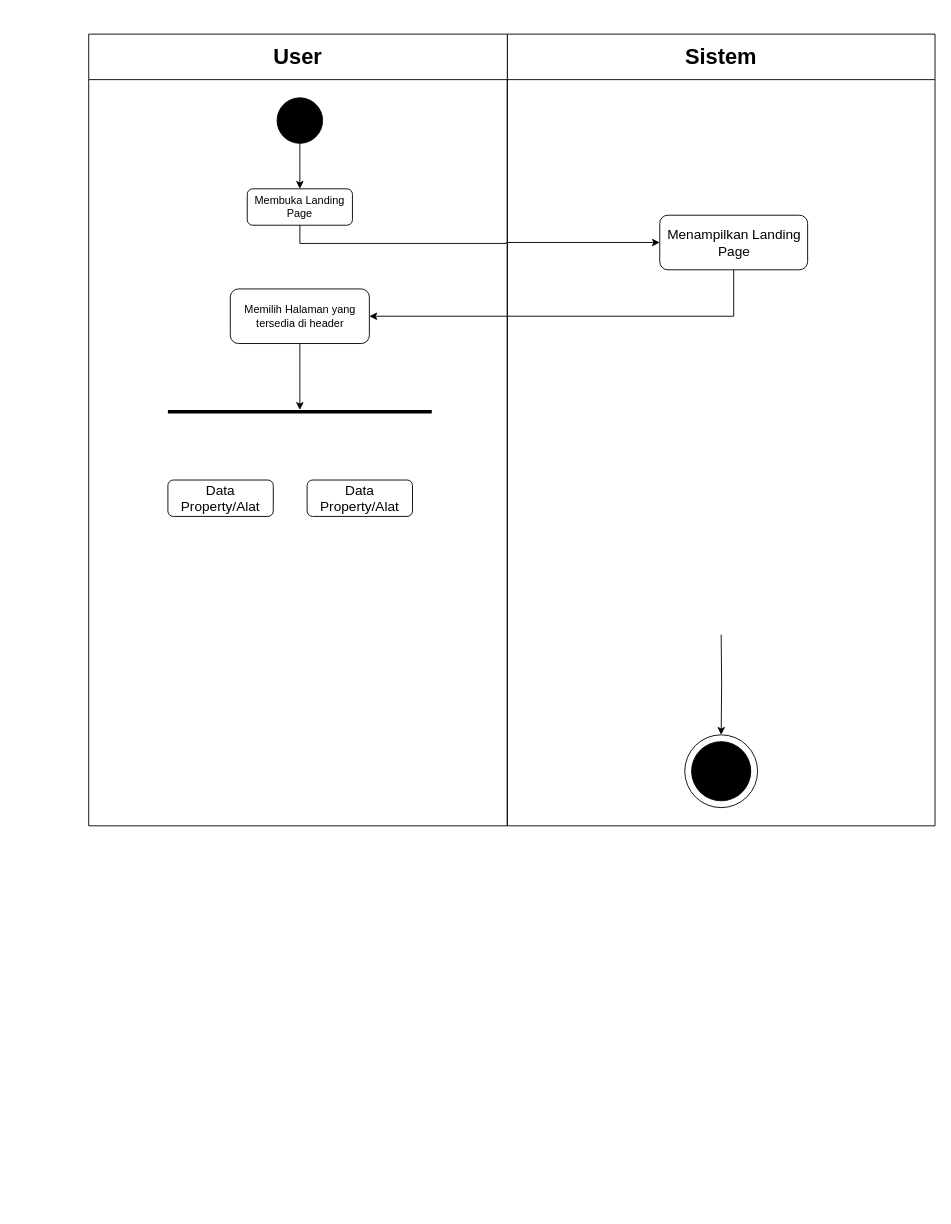
Above: Activity.drawio in coatalter/diagram-uml (draw.io), before the change. Source tidied: cells renumbered, new cells numbered last; positions are measured from the earlier drawing's top-left corner, leaving out a move shared by most shapes. Both pictures are drawn from the tidied source at 91%, with x=0, y=0 at pixel (88, 34).
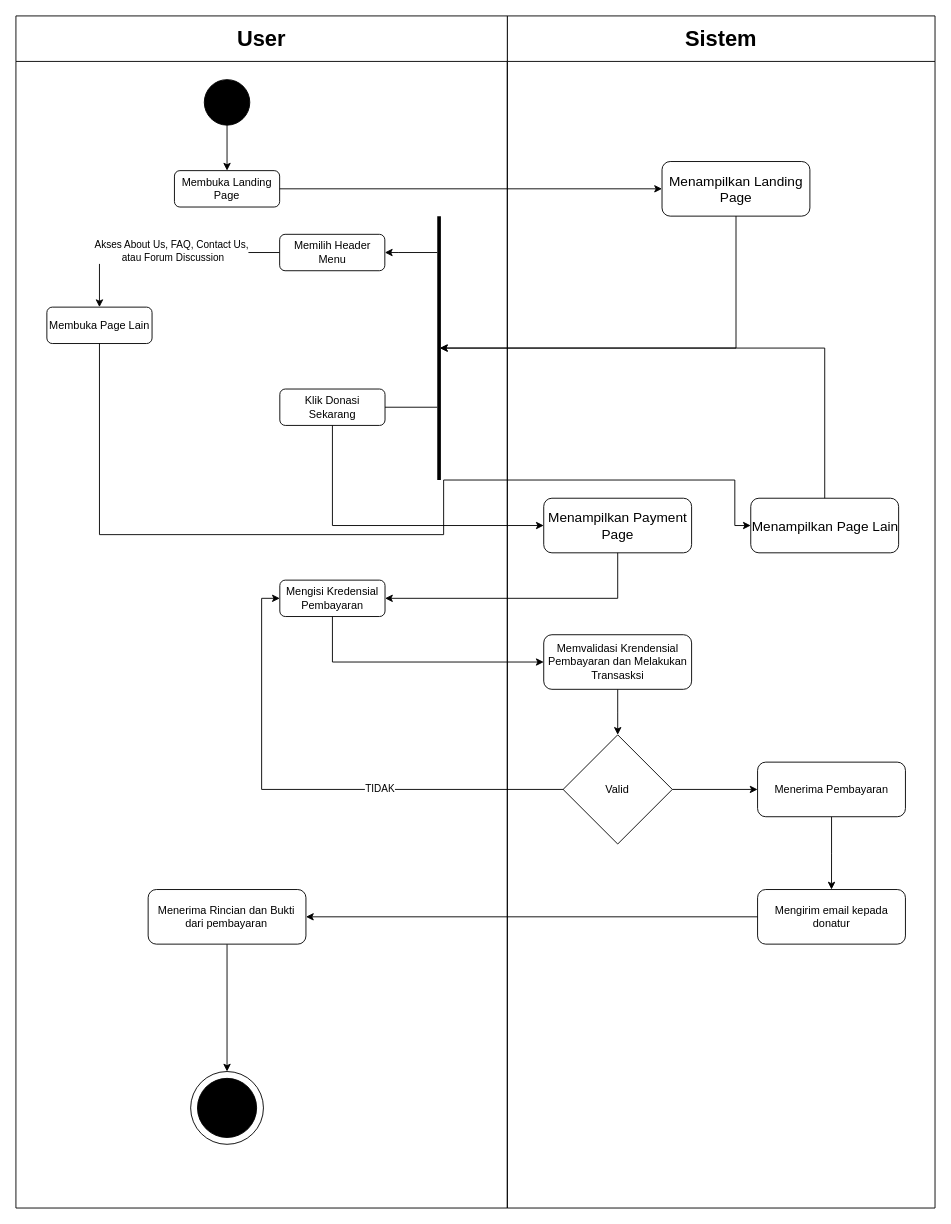
After the change.

The change refers to these unchanged cells:
```xml
<mxCell id="10" value="Membuka Landing Page" style="rounded=1;whiteSpace=wrap;html=1;" parent="7" vertex="1">
  <mxGeometry x="174.2" y="170" width="115.6" height="40" as="geometry" />
</mxCell>
```

What changed in the source:
```diff
@@
     <mxCell id="2" value="&lt;font style=&quot;font-size: 24px;&quot;&gt;Sistem&lt;/font&gt;" style="swimlane;whiteSpace=wrap;html=1;startSize=50;" parent="1" vertex="1">
-      <mxGeometry x="460" width="470" height="870" as="geometry" />
+      <mxGeometry x="460" y="-20" width="470" height="1310" as="geometry" />
     </mxCell>
     <mxCell id="3" value="&lt;span style=&quot;font-size: 15px;&quot;&gt;Menampilkan Landing Page&lt;br&gt;&lt;/span&gt;" style="rounded=1;whiteSpace=wrap;html=1;" parent="2" vertex="1">
-      <mxGeometry x="167.5" y="199" width="162.5" height="60" as="geometry" />
+      <mxGeometry x="170" y="160" width="162.5" height="60" as="geometry" />
     </mxCell>
-    <mxCell id="4" style="ellipse;whiteSpace=wrap;html=1;" parent="2" vertex="1">
-      <mxGeometry x="195" y="770" width="80" height="80" as="geometry" />
-    </mxCell>
-    <mxCell id="5" style="ellipse;whiteSpace=wrap;html=1;fillColor=#000000;" parent="2" vertex="1">
-      <mxGeometry x="202.5" y="777.5" width="65" height="65" as="geometry" />
-    </mxCell>
-    <mxCell id="6" style="edgeStyle=orthogonalEdgeStyle;rounded=0;jettySize=auto;html=1;exitX=0.5;exitY=1;exitDx=0;exitDy=0;entryX=0.5;entryY=0;entryDx=0;entryDy=0;" parent="2" edge="1" target="4">
-      <mxGeometry relative="1" as="geometry">
-        <mxPoint x="235" y="660" as="sourcePoint" />
-      </mxGeometry>
-    </mxCell>
+    <mxCell id="18" value="&lt;span style=&quot;font-size: 15px;&quot;&gt;Menampilkan Payment Page&lt;br&gt;&lt;/span&gt;" style="rounded=1;whiteSpace=wrap;html=1;" parent="2" vertex="1">
+      <mxGeometry x="40" y="530" width="162.5" height="60" as="geometry" />
+    </mxCell>
+    <mxCell id="19" value="&lt;span style=&quot;font-size: 15px;&quot;&gt;Menampilkan Page Lain&lt;br&gt;&lt;/span&gt;" style="rounded=1;whiteSpace=wrap;html=1;" parent="2" vertex="1">
+      <mxGeometry x="267.5" y="530" width="162.5" height="60" as="geometry" />
+    </mxCell>
+    <mxCell id="20" style="edgeStyle=orthogonalEdgeStyle;rounded=0;jettySize=auto;html=1;" parent="2" edge="1" source="21" target="23">
+      <mxGeometry relative="1" as="geometry" />
+    </mxCell>
+    <mxCell id="21" value="Memvalidasi Krendensial Pembayaran dan Melakukan Transasksi" style="rounded=1;whiteSpace=wrap;html=1;" parent="2" vertex="1">
+      <mxGeometry x="40" y="680" width="162.5" height="60" as="geometry" />
+    </mxCell>
+    <mxCell id="22" style="edgeStyle=orthogonalEdgeStyle;rounded=0;jettySize=auto;html=1;entryX=0;entryY=0.5;entryDx=0;entryDy=0;" parent="2" edge="1" source="23" target="25">
+      <mxGeometry relative="1" as="geometry" />
+    </mxCell>
+    <mxCell id="23" value="Valid" style="rhombus;whiteSpace=wrap;html=1;" parent="2" vertex="1">
+      <mxGeometry x="61.3" y="790" width="120" height="120" as="geometry" />
+    </mxCell>
+    <mxCell id="24" style="edgeStyle=orthogonalEdgeStyle;rounded=0;jettySize=auto;html=1;entryX=0.5;entryY=0;entryDx=0;entryDy=0;" parent="2" edge="1" source="25" target="26">
+      <mxGeometry relative="1" as="geometry" />
+    </mxCell>
+    <mxCell id="25" value="Menerima Pembayaran" style="rounded=1;whiteSpace=wrap;html=1;" parent="2" vertex="1">
+      <mxGeometry x="275" y="820" width="162.5" height="60" as="geometry" />
+    </mxCell>
+    <mxCell id="26" value="Mengirim email kepada donatur" style="rounded=1;whiteSpace=wrap;html=1;" parent="2" vertex="1">
+      <mxGeometry x="275" y="960" width="162.5" height="60" as="geometry" />
+    </mxCell>
     <mxCell id="7" value="&lt;font style=&quot;font-size: 24px;&quot;&gt;User&lt;/font&gt;" style="swimlane;whiteSpace=wrap;html=1;startSize=50;" parent="1" vertex="1">
-      <mxGeometry width="460" height="870" as="geometry" />
+      <mxGeometry x="-80" y="-20" width="540" height="1310" as="geometry" />
     </mxCell>
@@
-    <mxCell id="11" value="Memilih Halaman yang tersedia di header" style="rounded=1;whiteSpace=wrap;html=1;" parent="7" vertex="1">
-      <mxGeometry x="155.6" y="280" width="152.8" height="60" as="geometry" />
-    </mxCell>
-    <mxCell id="12" value="&lt;span style=&quot;font-size: 15px;&quot;&gt;Data Property/Alat&lt;/span&gt;" style="rounded=1;whiteSpace=wrap;html=1;" parent="7" vertex="1">
-      <mxGeometry x="240" y="490" width="115.8" height="40" as="geometry" />
-    </mxCell>
+    <mxCell id="27" style="edgeStyle=orthogonalEdgeStyle;rounded=0;jettySize=auto;html=1;entryX=1;entryY=0.5;entryDx=0;entryDy=0;" parent="7" edge="1" source="29" target="32">
+      <mxGeometry relative="1" as="geometry">
+        <Array as="points">
+          <mxPoint x="420" y="260" />
+          <mxPoint x="420" y="260" />
+        </Array>
+      </mxGeometry>
+    </mxCell>
+    <mxCell id="28" style="edgeStyle=orthogonalEdgeStyle;rounded=0;jettySize=auto;html=1;entryX=1;entryY=0.5;entryDx=0;entryDy=0;" parent="7" edge="1" source="29" target="33">
+      <mxGeometry relative="1" as="geometry">
+        <Array as="points">
+          <mxPoint x="350" y="430" />
+          <mxPoint x="350" y="430" />
+        </Array>
+      </mxGeometry>
+    </mxCell>
+    <mxCell id="29" style="line;strokeWidth=4;html=1;perimeter=backbonePerimeter;points=[];outlineConnect=0;rotation=-90;" parent="7" vertex="1">
+      <mxGeometry x="320" y="360" width="290" height="10" as="geometry" />
+    </mxCell>
+    <mxCell id="30" style="edgeStyle=orthogonalEdgeStyle;rounded=0;jettySize=auto;html=1;exitX=0;exitY=0.5;exitDx=0;exitDy=0;entryX=0.5;entryY=0;entryDx=0;entryDy=0;" parent="7" edge="1" source="32" target="34">
+      <mxGeometry relative="1" as="geometry" />
+    </mxCell>
+    <mxCell id="31" value="&lt;div&gt;Akses About Us, FAQ, Contact Us,&lt;/div&gt;&lt;div&gt;&amp;nbsp;atau Forum Discussion&lt;/div&gt;" style="edgeLabel;html=1;align=center;verticalAlign=middle;" parent="30" vertex="1">
+      <mxGeometry x="-0.08" y="-2" relative="1" as="geometry" />
+    </mxCell>
+    <mxCell id="32" value="Memilih Header Menu" style="rounded=1;whiteSpace=wrap;html=1;" parent="7" vertex="1">
+      <mxGeometry x="289.8" y="240" width="115.6" height="40" as="geometry" />
+    </mxCell>
+    <mxCell id="33" value="Klik Donasi Sekarang" style="rounded=1;whiteSpace=wrap;html=1;" parent="7" vertex="1">
+      <mxGeometry x="290" y="410" width="115.6" height="40" as="geometry" />
+    </mxCell>
+    <mxCell id="34" value="Membuka Page Lain" style="rounded=1;whiteSpace=wrap;html=1;" parent="7" vertex="1">
+      <mxGeometry x="34" y="320" width="115.6" height="40" as="geometry" />
+    </mxCell>
+    <mxCell id="35" value="Mengisi Kredensial Pembayaran" style="rounded=1;whiteSpace=wrap;html=1;" parent="7" vertex="1">
+      <mxGeometry x="290" y="620" width="115.6" height="40" as="geometry" />
+    </mxCell>
+    <mxCell id="4" style="ellipse;whiteSpace=wrap;html=1;" parent="7" vertex="1">
+      <mxGeometry x="192" y="1160" width="80" height="80" as="geometry" />
+    </mxCell>
+    <mxCell id="5" style="ellipse;whiteSpace=wrap;html=1;fillColor=#000000;" parent="7" vertex="1">
+      <mxGeometry x="199.5" y="1167.5" width="65" height="65" as="geometry" />
+    </mxCell>
+    <mxCell id="36" style="edgeStyle=orthogonalEdgeStyle;rounded=0;jettySize=auto;html=1;entryX=0.5;entryY=0;entryDx=0;entryDy=0;" parent="7" edge="1" source="37" target="4">
+      <mxGeometry relative="1" as="geometry" />
+    </mxCell>
+    <mxCell id="37" value="Menerima Rincian dan Bukti dari pembayaran" style="rounded=1;whiteSpace=wrap;html=1;" parent="7" vertex="1">
+      <mxGeometry x="145.3" y="960" width="173.4" height="60" as="geometry" />
+    </mxCell>
-    <mxCell id="13" style="edgeStyle=orthogonalEdgeStyle;rounded=0;jettySize=auto;html=1;exitX=0.5;exitY=1;exitDx=0;exitDy=0;entryX=0;entryY=0.5;entryDx=0;entryDy=0;" parent="1" edge="1" source="10" target="3">
+    <mxCell id="13" style="edgeStyle=orthogonalEdgeStyle;rounded=0;jettySize=auto;html=1;entryX=0;entryY=0.5;entryDx=0;entryDy=0;exitX=1;exitY=0.5;exitDx=0;exitDy=0;" parent="1" edge="1" source="10" target="3">
       <mxGeometry relative="1" as="geometry" />
     </mxCell>
-    <mxCell id="14" style="edgeStyle=orthogonalEdgeStyle;rounded=0;jettySize=auto;html=1;exitX=0.5;exitY=1;exitDx=0;exitDy=0;entryX=1;entryY=0.5;entryDx=0;entryDy=0;" parent="1" edge="1" source="3" target="11">
-      <mxGeometry relative="1" as="geometry" />
-    </mxCell>
-    <mxCell id="15" style="line;strokeWidth=4;html=1;perimeter=backbonePerimeter;points=[];outlineConnect=0;" parent="1" vertex="1">
-      <mxGeometry x="87" y="410" width="290" height="10" as="geometry" />
-    </mxCell>
-    <mxCell id="16" style="edgeStyle=orthogonalEdgeStyle;rounded=0;jettySize=auto;html=1;" parent="1" edge="1" source="11" target="15">
-      <mxGeometry relative="1" as="geometry" />
-    </mxCell>
-    <mxCell id="17" value="&lt;span style=&quot;font-size: 15px;&quot;&gt;Data Property/Alat&lt;/span&gt;" style="rounded=1;whiteSpace=wrap;html=1;" parent="1" vertex="1">
-      <mxGeometry x="87" y="490" width="115.8" height="40" as="geometry" />
-    </mxCell>
+    <mxCell id="38" style="edgeStyle=orthogonalEdgeStyle;rounded=0;jettySize=auto;html=1;" parent="1" edge="1" source="3" target="29">
+      <mxGeometry relative="1" as="geometry">
+        <Array as="points">
+          <mxPoint x="711" y="345" />
+        </Array>
+      </mxGeometry>
+    </mxCell>
+    <mxCell id="39" style="edgeStyle=orthogonalEdgeStyle;rounded=0;jettySize=auto;html=1;entryX=0;entryY=0.5;entryDx=0;entryDy=0;" parent="1" edge="1" source="33" target="18">
+      <mxGeometry relative="1" as="geometry">
+        <Array as="points">
+          <mxPoint x="268" y="540" />
+        </Array>
+      </mxGeometry>
+    </mxCell>
+    <mxCell id="40" style="edgeStyle=orthogonalEdgeStyle;rounded=0;jettySize=auto;html=1;entryX=0;entryY=0.5;entryDx=0;entryDy=0;" parent="1" edge="1" source="34" target="19">
+      <mxGeometry relative="1" as="geometry">
+        <Array as="points">
+          <mxPoint x="12" y="550" />
+          <mxPoint x="390" y="550" />
+          <mxPoint x="390" y="490" />
+          <mxPoint x="710" y="490" />
+        </Array>
+      </mxGeometry>
+    </mxCell>
+    <mxCell id="41" style="edgeStyle=orthogonalEdgeStyle;rounded=0;jettySize=auto;html=1;entryX=1;entryY=0.5;entryDx=0;entryDy=0;" parent="1" edge="1" source="18" target="35">
+      <mxGeometry relative="1" as="geometry">
+        <Array as="points">
+          <mxPoint x="581" y="620" />
+        </Array>
+      </mxGeometry>
+    </mxCell>
+    <mxCell id="42" style="edgeStyle=orthogonalEdgeStyle;rounded=0;jettySize=auto;html=1;entryX=0;entryY=0.5;entryDx=0;entryDy=0;" parent="1" edge="1" source="35" target="21">
+      <mxGeometry relative="1" as="geometry">
+        <Array as="points">
+          <mxPoint x="268" y="690" />
+        </Array>
+      </mxGeometry>
+    </mxCell>
+    <mxCell id="43" style="edgeStyle=orthogonalEdgeStyle;rounded=0;jettySize=auto;html=1;entryX=0;entryY=0.5;entryDx=0;entryDy=0;" parent="1" edge="1" source="23" target="35">
+      <mxGeometry relative="1" as="geometry" />
+    </mxCell>
+    <mxCell id="44" value="TIDAK" style="edgeLabel;html=1;align=center;verticalAlign=middle;" parent="43" vertex="1">
+      <mxGeometry x="-0.28" y="-4" relative="1" as="geometry">
+        <mxPoint y="2" as="offset" />
+      </mxGeometry>
+    </mxCell>
+    <mxCell id="45" style="edgeStyle=orthogonalEdgeStyle;rounded=0;jettySize=auto;html=1;" parent="1" edge="1" source="19" target="29">
+      <mxGeometry relative="1" as="geometry">
+        <Array as="points">
+          <mxPoint x="809" y="345" />
+        </Array>
+      </mxGeometry>
+    </mxCell>
+    <mxCell id="46" style="edgeStyle=orthogonalEdgeStyle;rounded=0;jettySize=auto;html=1;entryX=1;entryY=0.5;entryDx=0;entryDy=0;" parent="1" edge="1" source="26" target="37">
+      <mxGeometry relative="1" as="geometry" />
+    </mxCell>
```
